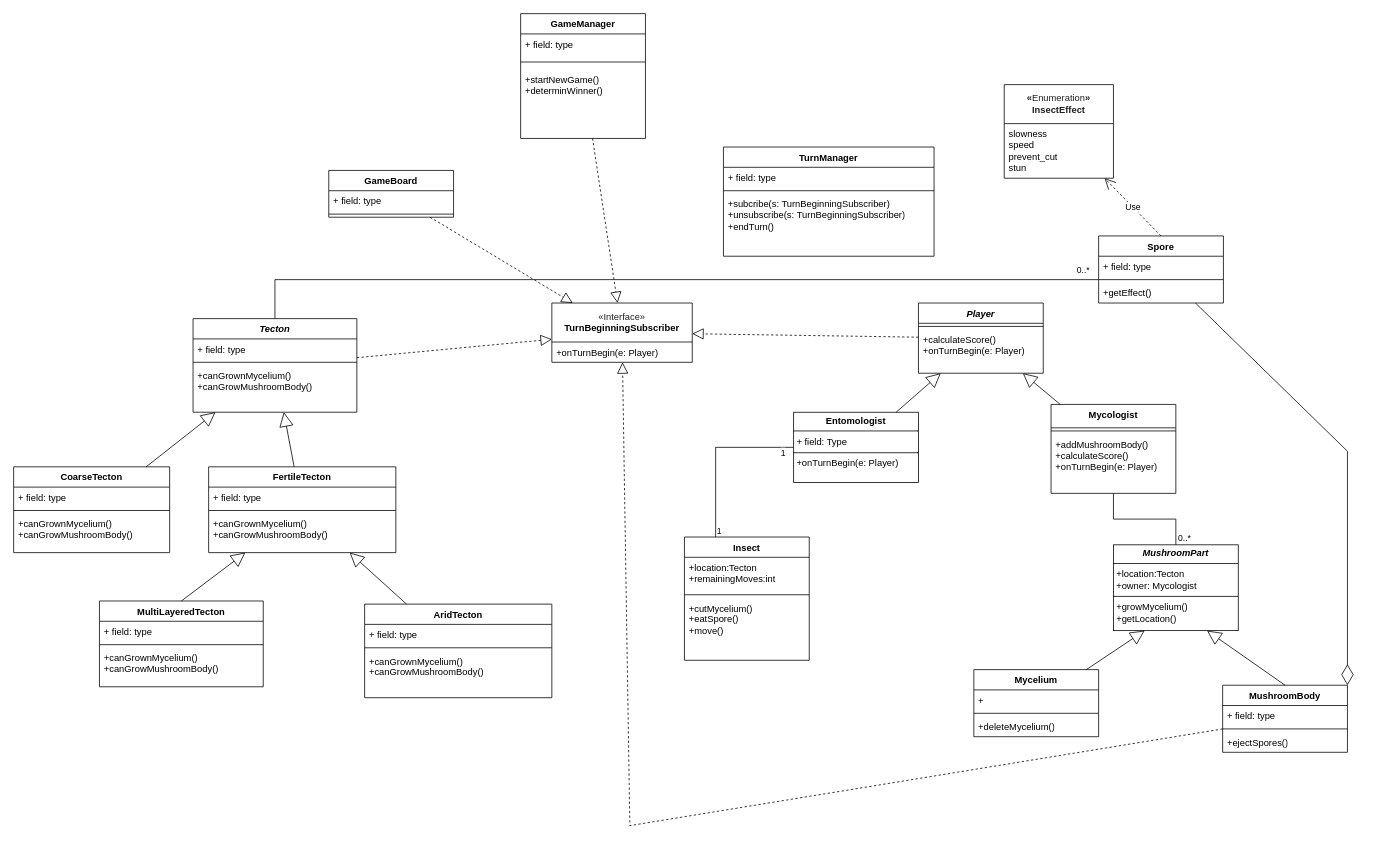
Above: Fungrorium_ClassDiagram.drawio in koharzsombor/bandITs (draw.io), before the change. Source tidied: cells renumbered, new cells numbered last; positions are measured from the earlier drawing's top-left corner, leaving out a move shared by most shapes. Both pictures are drawn from the tidied source at 78%, with x=0, y=0 at pixel (13, 13).
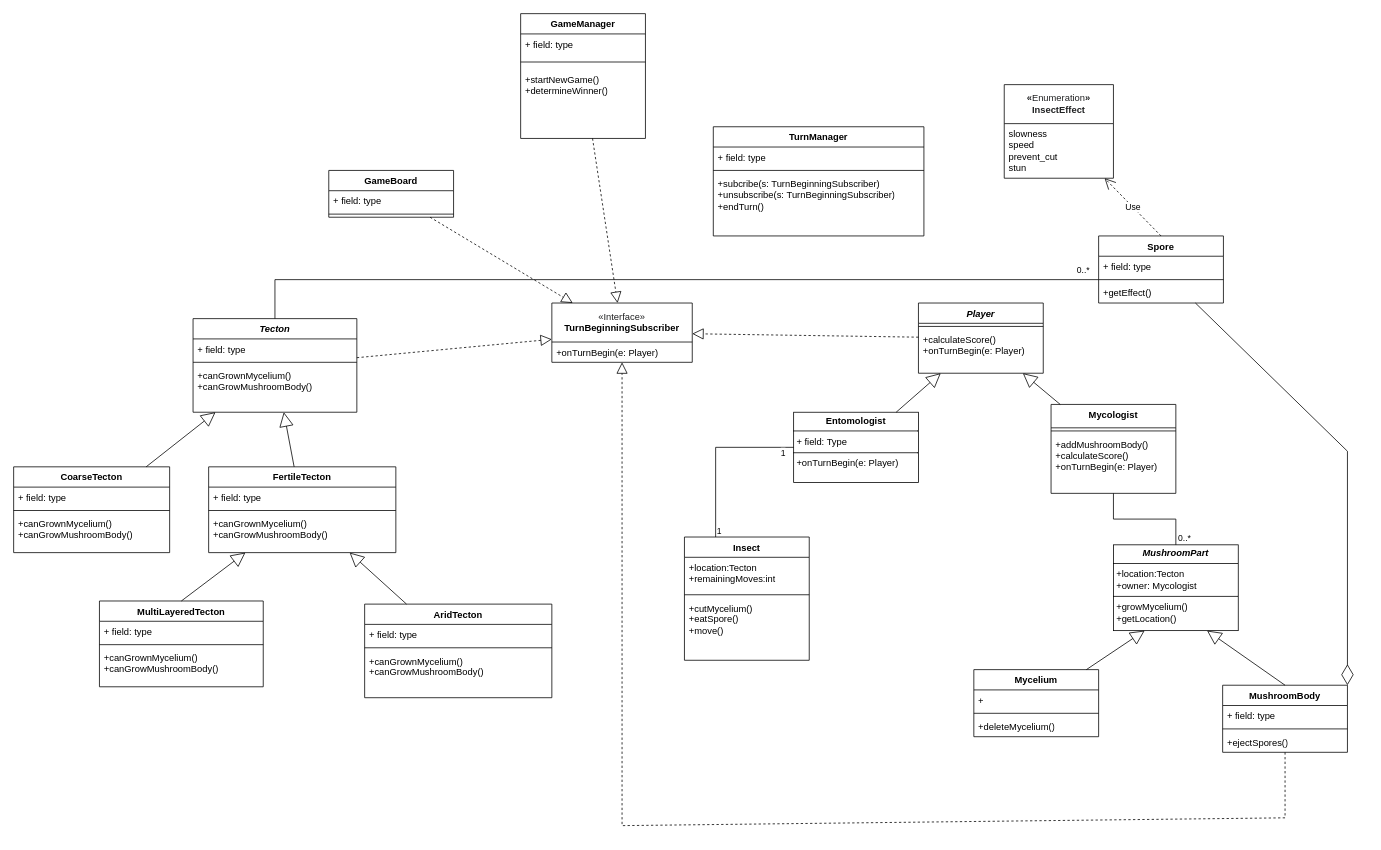
The same page after the edit.

Commit message:
#8 Diagram frissitve

Unchanged cells that the change refers to:
```xml
<mxCell id="32" value="MushroomBody" style="swimlane;fontStyle=1;align=center;verticalAlign=top;horizontal=1;startSize=26;whiteSpace=wrap;html=1;" parent="1" vertex="1">
  <mxGeometry x="1550" y="861" width="160" height="86" as="geometry" />
</mxCell>
<mxCell id="46" value="GameManager" style="swimlane;fontStyle=1;align=center;verticalAlign=top;horizontal=1;startSize=26;whiteSpace=wrap;html=1;" parent="1" vertex="1">
  <mxGeometry x="650" width="160" height="160" as="geometry" />
</mxCell>
<mxCell id="68" value="&lt;font style=&quot;font-weight: 700;&quot;&gt;&lt;span style=&quot;font-weight: 400; color: rgb(32, 33, 34); font-family: sans-serif; text-align: start; background-color: rgb(255, 255, 255);&quot;&gt;«&lt;/span&gt;&lt;span style=&quot;color: rgb(32, 33, 34); font-family: sans-serif; text-align: start; background-color: rgb(255, 255, 255); font-weight: 400;&quot;&gt;Interface&lt;/span&gt;&lt;span style=&quot;font-weight: 400; color: rgb(32, 33, 34); font-family: sans-serif; text-align: start; background-color: rgb(255, 255, 255);&quot;&gt;»&lt;/span&gt;&lt;/font&gt;&lt;div style=&quot;font-weight: 700; text-align: start;&quot;&gt;&lt;font face=&quot;sans-serif&quot;&gt;&lt;span style=&quot;background-color: rgb(255, 255, 255);&quot;&gt;TurnBeginningSubscriber&lt;/span&gt;&lt;/font&gt;&lt;/div&gt;" style="swimlane;fontStyle=0;horizontal=1;startSize=50;fillColor=none;whiteSpace=wrap;html=1;" parent="1" vertex="1">
  <mxGeometry x="690" y="371" width="180" height="76" as="geometry" />
</mxCell>
```

What changed in the source:
```diff
@@
-    <mxCell id="49" value="&lt;div&gt;+startNewGame()&lt;/div&gt;&lt;div&gt;+determinWinner()&lt;/div&gt;&lt;div&gt;&lt;br&gt;&lt;/div&gt;" style="text;strokeColor=none;fillColor=none;align=left;verticalAlign=top;spacingLeft=4;spacingRight=4;overflow=hidden;whiteSpace=wrap;html=1;" parent="46" vertex="1">
+    <mxCell id="49" value="&lt;div&gt;+startNewGame()&lt;/div&gt;&lt;div&gt;+determineWinner()&lt;/div&gt;&lt;div&gt;&lt;br&gt;&lt;/div&gt;" style="text;strokeColor=none;fillColor=none;align=left;verticalAlign=top;spacingLeft=4;spacingRight=4;overflow=hidden;whiteSpace=wrap;html=1;" parent="46" vertex="1">
       <mxGeometry y="72" width="160" height="88" as="geometry" />
     </mxCell>
@@
     <mxCell id="73" style="endArrow=block;dashed=1;endFill=0;endSize=12;html=1;rounded=0;" parent="1" edge="1" source="32" target="68">
       <mxGeometry relative="1" as="geometry">
         <Array as="points">
-          <mxPoint x="790" y="1041" />
+          <mxPoint x="1630" y="1031" />
+          <mxPoint x="780" y="1041" />
         </Array>
       </mxGeometry>
     </mxCell>
@@
     <mxCell id="76" value="TurnManager" style="swimlane;fontStyle=1;align=center;verticalAlign=top;horizontal=1;startSize=26;whiteSpace=wrap;html=1;" parent="1" vertex="1">
-      <mxGeometry x="910" y="171" width="270" height="140" as="geometry" />
+      <mxGeometry x="897" y="145" width="270" height="140" as="geometry" />
     </mxCell>
```
